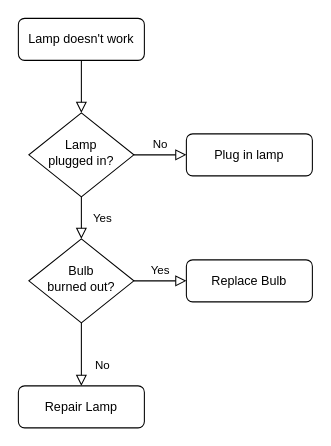
The draw.io diagram User Join Flow.drawio in sambarre/RoleStore, before the edit. Source tidied: cells renumbered, new cells numbered last; positions are measured from the earlier drawing's top-left corner, leaving out a move shared by most shapes. Both pictures are drawn from the tidied source at 105%, with x=0, y=0 at pixel (18, 18).
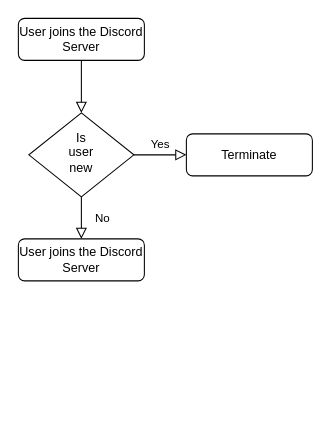
The same page after the edit.

Diff of the diagram source:
```diff
@@
 <mxGraphModel>
   <root>
     <mxCell id="0" />
     <mxCell id="1" parent="0" />
     <mxCell id="2" style="rounded=0;html=1;jettySize=auto;fontSize=11;endArrow=block;endFill=0;endSize=8;strokeWidth=1;shadow=0;labelBackgroundColor=none;edgeStyle=orthogonalEdgeStyle;" parent="1" edge="1" source="3" target="6">
       <mxGeometry relative="1" as="geometry" />
     </mxCell>
-    <mxCell id="3" value="Lamp doesn't work" style="rounded=1;whiteSpace=wrap;html=1;fontSize=12;glass=0;strokeWidth=1;shadow=0;" parent="1" vertex="1">
+    <mxCell id="3" value="User joins the Discord Server" style="rounded=1;whiteSpace=wrap;html=1;fontSize=12;glass=0;strokeWidth=1;shadow=0;" parent="1" vertex="1">
       <mxGeometry width="120" height="40" as="geometry" />
     </mxCell>
-    <mxCell id="4" value="Yes" style="rounded=0;html=1;jettySize=auto;fontSize=11;endArrow=block;endFill=0;endSize=8;strokeWidth=1;shadow=0;labelBackgroundColor=none;edgeStyle=orthogonalEdgeStyle;" parent="1" edge="1" source="6" target="10">
+    <mxCell id="4" value="No" style="rounded=0;html=1;jettySize=auto;fontSize=11;endArrow=block;endFill=0;endSize=8;strokeWidth=1;shadow=0;labelBackgroundColor=none;edgeStyle=orthogonalEdgeStyle;entryX=0.5;entryY=0;entryDx=0;entryDy=0;" parent="1" edge="1" source="6" target="13">
       <mxGeometry y="20" relative="1" as="geometry" />
     </mxCell>
-    <mxCell id="5" value="No" style="edgeStyle=orthogonalEdgeStyle;rounded=0;html=1;jettySize=auto;fontSize=11;endArrow=block;endFill=0;endSize=8;strokeWidth=1;shadow=0;labelBackgroundColor=none;" parent="1" edge="1" source="6" target="7">
+    <mxCell id="5" value="Yes" style="edgeStyle=orthogonalEdgeStyle;rounded=0;html=1;jettySize=auto;fontSize=11;endArrow=block;endFill=0;endSize=8;strokeWidth=1;shadow=0;labelBackgroundColor=none;" parent="1" edge="1" source="6" target="7">
       <mxGeometry y="10" relative="1" as="geometry" />
     </mxCell>
-    <mxCell id="6" value="Lamp&lt;br&gt;plugged in?" style="rhombus;whiteSpace=wrap;html=1;shadow=0;fontFamily=Helvetica;fontSize=12;align=center;strokeWidth=1;spacing=6;spacingTop=-4;" parent="1" vertex="1">
+    <mxCell id="6" value="Is&lt;br&gt;user&lt;br&gt;new" style="rhombus;whiteSpace=wrap;html=1;shadow=0;fontFamily=Helvetica;fontSize=12;align=center;strokeWidth=1;spacing=6;spacingTop=-4;" parent="1" vertex="1">
       <mxGeometry x="10" y="90" width="100" height="80" as="geometry" />
     </mxCell>
-    <mxCell id="7" value="Plug in lamp" style="rounded=1;whiteSpace=wrap;html=1;fontSize=12;glass=0;strokeWidth=1;shadow=0;" parent="1" vertex="1">
+    <mxCell id="7" value="Terminate" style="rounded=1;whiteSpace=wrap;html=1;fontSize=12;glass=0;strokeWidth=1;shadow=0;" parent="1" vertex="1">
       <mxGeometry x="160" y="110" width="120" height="40" as="geometry" />
     </mxCell>
-    <mxCell id="8" value="No" style="rounded=0;html=1;jettySize=auto;fontSize=11;endArrow=block;endFill=0;endSize=8;strokeWidth=1;shadow=0;labelBackgroundColor=none;edgeStyle=orthogonalEdgeStyle;" parent="1" edge="1" source="10" target="11">
-      <mxGeometry x="0.33" y="20" relative="1" as="geometry" />
-    </mxCell>
-    <mxCell id="9" value="Yes" style="edgeStyle=orthogonalEdgeStyle;rounded=0;html=1;jettySize=auto;fontSize=11;endArrow=block;endFill=0;endSize=8;strokeWidth=1;shadow=0;labelBackgroundColor=none;" parent="1" edge="1" source="10" target="12">
-      <mxGeometry y="10" relative="1" as="geometry" />
-    </mxCell>
-    <mxCell id="10" value="Bulb&lt;br&gt;burned out?" style="rhombus;whiteSpace=wrap;html=1;shadow=0;fontFamily=Helvetica;fontSize=12;align=center;strokeWidth=1;spacing=6;spacingTop=-4;" parent="1" vertex="1">
-      <mxGeometry x="10" y="210" width="100" height="80" as="geometry" />
-    </mxCell>
-    <mxCell id="11" value="Repair Lamp" style="rounded=1;whiteSpace=wrap;html=1;fontSize=12;glass=0;strokeWidth=1;shadow=0;" parent="1" vertex="1">
-      <mxGeometry y="350" width="120" height="40" as="geometry" />
-    </mxCell>
-    <mxCell id="12" value="Replace Bulb" style="rounded=1;whiteSpace=wrap;html=1;fontSize=12;glass=0;strokeWidth=1;shadow=0;" parent="1" vertex="1">
-      <mxGeometry x="160" y="230" width="120" height="40" as="geometry" />
-    </mxCell>
+    <mxCell id="13" value="User joins the Discord Server" style="rounded=1;whiteSpace=wrap;html=1;fontSize=12;glass=0;strokeWidth=1;shadow=0;" parent="1" vertex="1">
+      <mxGeometry y="210" width="120" height="40" as="geometry" />
+    </mxCell>
   </root>
 </mxGraphModel>
```
